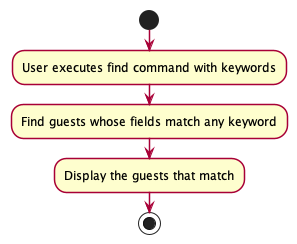
nus-cs2103-AY2223S1/tp keeps this PlantUML diagram as docs/images/FindActivityDiagram.png. Above is the earlier version.
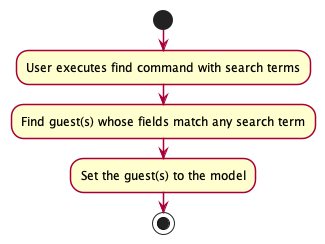
After the change.

Commit message:
Update diagrams for the Developer Guide, add explanations

Diff of the diagram source:
```diff
@@ -6,9 +6,9 @@
     BorderThickness 1.5
 }
 start
-:User executes find command with keywords;
-:Find guests whose fields match any keyword;
-:Display the guests that match;
+:User executes find command with search terms;
+:Find guest(s) whose fields match any search term;
+:Set the guest(s) to the model;
 stop
 
 @enduml
```
